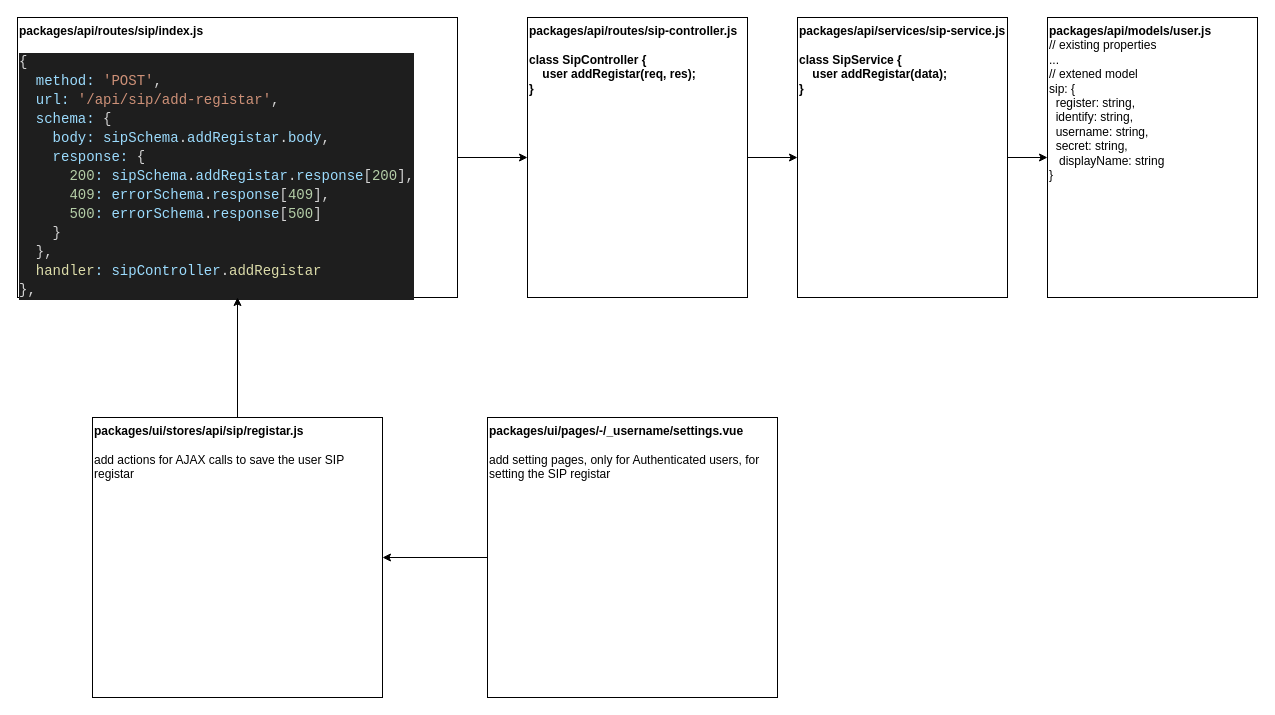
Earlier version of the draw.io diagram page "Add-SIP-registar" (1 of 2) of docs/Untitled Diagram.drawio (gjovanov/roomler). Source tidied: cells renumbered, new cells numbered last; positions are measured from the earlier drawing's top-left corner, leaving out a move shared by most shapes. Both pictures are drawn from the tidied source at 100%, with x=0, y=0 at pixel (17, 17).
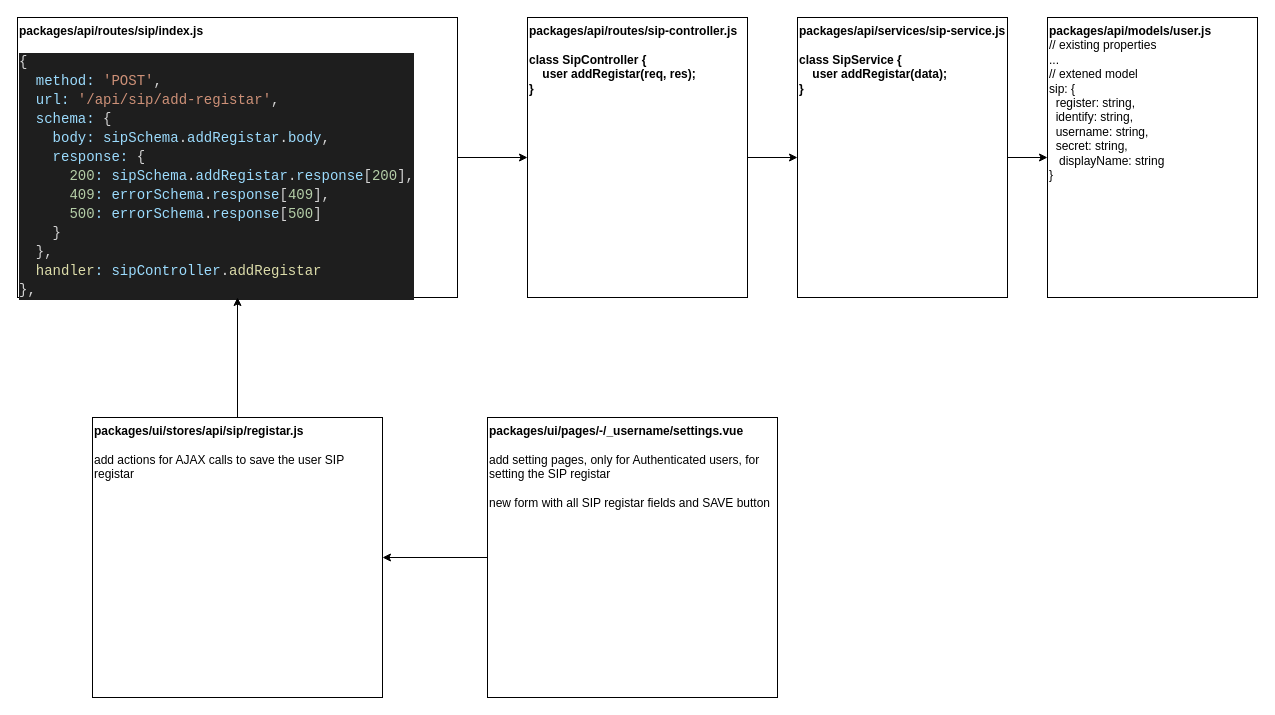
After the change.

Change to the diagram source:
```diff
@@
 <mxGraphModel>
   <root>
     <mxCell id="0" />
     <mxCell id="1" parent="0" />
     <mxCell id="2" value="&lt;b&gt;packages/api/models/user.js&lt;br&gt;&lt;/b&gt;// existing properties&lt;br&gt;...&amp;nbsp;&lt;br&gt;// extened model&lt;br&gt;sip: {&lt;br&gt;&amp;nbsp; register: string,&lt;br&gt;&amp;nbsp; identify: string,&lt;br&gt;&amp;nbsp; username: string,&lt;br&gt;&amp;nbsp; secret: string,&lt;br&gt;&amp;nbsp; &amp;nbsp;displayName: string&lt;br&gt;}" style="rounded=0;whiteSpace=wrap;html=1;align=left;verticalAlign=top;" parent="1" vertex="1">
       <mxGeometry x="1030" width="210" height="280" as="geometry" />
     </mxCell>
     <mxCell id="3" style="edgeStyle=orthogonalEdgeStyle;rounded=0;jettySize=auto;html=1;" parent="1" edge="1" source="4" target="2">
       <mxGeometry relative="1" as="geometry" />
     </mxCell>
     <mxCell id="4" value="&lt;b&gt;packages/api/services/sip-service.js&lt;br&gt;&lt;br&gt;class SipService {&lt;br&gt;&amp;nbsp; &amp;nbsp; user addRegistar(data);&lt;br&gt;}&lt;br&gt;&lt;/b&gt;" style="rounded=0;whiteSpace=wrap;html=1;align=left;verticalAlign=top;" parent="1" vertex="1">
       <mxGeometry x="780" width="210" height="280" as="geometry" />
     </mxCell>
     <mxCell id="5" style="edgeStyle=orthogonalEdgeStyle;rounded=0;jettySize=auto;html=1;" parent="1" edge="1" source="6" target="8">
       <mxGeometry relative="1" as="geometry" />
     </mxCell>
     <mxCell id="6" value="&lt;b&gt;packages/api/routes/sip/index.js&lt;br&gt;&lt;br&gt;&lt;/b&gt;&lt;div style=&quot;color: rgb(212 , 212 , 212) ; background-color: rgb(30 , 30 , 30) ; font-family: &amp;#34;consolas&amp;#34; , &amp;#34;courier new&amp;#34; , monospace ; font-size: 14px ; line-height: 19px&quot;&gt;&lt;div&gt;{&lt;/div&gt;&lt;div&gt;&amp;nbsp;&amp;nbsp;&lt;span style=&quot;color: #9cdcfe&quot;&gt;method&lt;/span&gt;&lt;span style=&quot;color: #9cdcfe&quot;&gt;:&lt;/span&gt;&amp;nbsp;&lt;span style=&quot;color: #ce9178&quot;&gt;'POST'&lt;/span&gt;,&lt;/div&gt;&lt;div&gt;&amp;nbsp;&amp;nbsp;&lt;span style=&quot;color: #9cdcfe&quot;&gt;url&lt;/span&gt;&lt;span style=&quot;color: #9cdcfe&quot;&gt;:&lt;/span&gt;&amp;nbsp;&lt;span style=&quot;color: #ce9178&quot;&gt;'/api/sip/add-registar'&lt;/span&gt;,&lt;/div&gt;&lt;div&gt;&amp;nbsp;&amp;nbsp;&lt;span style=&quot;color: #9cdcfe&quot;&gt;schema&lt;/span&gt;&lt;span style=&quot;color: #9cdcfe&quot;&gt;:&lt;/span&gt;&amp;nbsp;{&lt;/div&gt;&lt;div&gt;&amp;nbsp;&amp;nbsp;&amp;nbsp;&amp;nbsp;&lt;span style=&quot;color: #9cdcfe&quot;&gt;body&lt;/span&gt;&lt;span style=&quot;color: #9cdcfe&quot;&gt;:&lt;/span&gt;&amp;nbsp;&lt;span style=&quot;color: #9cdcfe&quot;&gt;sipSchema&lt;/span&gt;.&lt;span style=&quot;color: #9cdcfe&quot;&gt;addRegistar&lt;/span&gt;.&lt;span style=&quot;color: #9cdcfe&quot;&gt;body&lt;/span&gt;,&lt;/div&gt;&lt;div&gt;&amp;nbsp;&amp;nbsp;&amp;nbsp;&amp;nbsp;&lt;span style=&quot;color: #9cdcfe&quot;&gt;response&lt;/span&gt;&lt;span style=&quot;color: #9cdcfe&quot;&gt;:&lt;/span&gt;&amp;nbsp;{&lt;/div&gt;&lt;div&gt;&amp;nbsp;&amp;nbsp;&amp;nbsp;&amp;nbsp;&amp;nbsp;&amp;nbsp;&lt;span style=&quot;color: #b5cea8&quot;&gt;200&lt;/span&gt;&lt;span style=&quot;color: #9cdcfe&quot;&gt;:&lt;/span&gt;&amp;nbsp;&lt;span style=&quot;color: #9cdcfe&quot;&gt;sipSchema&lt;/span&gt;.&lt;span style=&quot;color: #9cdcfe&quot;&gt;addRegistar&lt;/span&gt;.&lt;span style=&quot;color: #9cdcfe&quot;&gt;response&lt;/span&gt;[&lt;span style=&quot;color: #b5cea8&quot;&gt;200&lt;/span&gt;],&lt;/div&gt;&lt;div&gt;&amp;nbsp;&amp;nbsp;&amp;nbsp;&amp;nbsp;&amp;nbsp;&amp;nbsp;&lt;span style=&quot;color: #b5cea8&quot;&gt;409&lt;/span&gt;&lt;span style=&quot;color: #9cdcfe&quot;&gt;:&lt;/span&gt;&amp;nbsp;&lt;span style=&quot;color: #9cdcfe&quot;&gt;errorSchema&lt;/span&gt;.&lt;span style=&quot;color: #9cdcfe&quot;&gt;response&lt;/span&gt;[&lt;span style=&quot;color: #b5cea8&quot;&gt;409&lt;/span&gt;],&lt;/div&gt;&lt;div&gt;&amp;nbsp;&amp;nbsp;&amp;nbsp;&amp;nbsp;&amp;nbsp;&amp;nbsp;&lt;span style=&quot;color: #b5cea8&quot;&gt;500&lt;/span&gt;&lt;span style=&quot;color: #9cdcfe&quot;&gt;:&lt;/span&gt;&amp;nbsp;&lt;span style=&quot;color: #9cdcfe&quot;&gt;errorSchema&lt;/span&gt;.&lt;span style=&quot;color: #9cdcfe&quot;&gt;response&lt;/span&gt;[&lt;span style=&quot;color: #b5cea8&quot;&gt;500&lt;/span&gt;]&lt;/div&gt;&lt;div&gt;&amp;nbsp;&amp;nbsp;&amp;nbsp;&amp;nbsp;}&lt;/div&gt;&lt;div&gt;&amp;nbsp;&amp;nbsp;},&lt;/div&gt;&lt;div&gt;&amp;nbsp;&amp;nbsp;&lt;span style=&quot;color: #dcdcaa&quot;&gt;handler&lt;/span&gt;&lt;span style=&quot;color: #9cdcfe&quot;&gt;:&lt;/span&gt;&amp;nbsp;&lt;span style=&quot;color: #9cdcfe&quot;&gt;sipController&lt;/span&gt;.&lt;span style=&quot;color: #dcdcaa&quot;&gt;addRegistar&lt;/span&gt;&lt;/div&gt;&lt;div&gt;},&lt;/div&gt;&lt;/div&gt;" style="rounded=0;whiteSpace=wrap;html=1;align=left;verticalAlign=top;" parent="1" vertex="1">
       <mxGeometry width="440" height="280" as="geometry" />
     </mxCell>
     <mxCell id="7" style="edgeStyle=orthogonalEdgeStyle;rounded=0;jettySize=auto;html=1;" parent="1" edge="1" source="8" target="4">
       <mxGeometry relative="1" as="geometry" />
     </mxCell>
     <mxCell id="8" value="&lt;b&gt;packages/api/routes/sip-controller.js&lt;br&gt;&lt;br&gt;class SipController {&lt;br&gt;&amp;nbsp; &amp;nbsp; user addRegistar(req, res);&lt;br&gt;}&lt;br&gt;&lt;/b&gt;" style="rounded=0;whiteSpace=wrap;html=1;align=left;verticalAlign=top;" parent="1" vertex="1">
       <mxGeometry x="510" width="220" height="280" as="geometry" />
     </mxCell>
     <mxCell id="9" style="edgeStyle=orthogonalEdgeStyle;rounded=0;jettySize=auto;html=1;" parent="1" edge="1" source="10" target="12">
       <mxGeometry relative="1" as="geometry" />
     </mxCell>
-    <mxCell id="10" value="&lt;b&gt;packages/ui/pages/-/_username/settings.vue&lt;/b&gt;&lt;br&gt;&lt;br&gt;add setting pages, only for Authenticated users, for setting the SIP registar" style="rounded=0;whiteSpace=wrap;html=1;align=left;verticalAlign=top;" parent="1" vertex="1">
+    <mxCell id="10" value="&lt;b&gt;packages/ui/pages/-/_username/settings.vue&lt;/b&gt;&lt;br&gt;&lt;br&gt;add setting pages, only for Authenticated users, for setting the SIP registar&lt;br&gt;&lt;br&gt;new form with all SIP registar fields and SAVE button" style="rounded=0;whiteSpace=wrap;html=1;align=left;verticalAlign=top;" parent="1" vertex="1">
       <mxGeometry x="470" y="400" width="290" height="280" as="geometry" />
     </mxCell>
     <mxCell id="11" style="edgeStyle=orthogonalEdgeStyle;rounded=0;jettySize=auto;html=1;" parent="1" edge="1" source="12" target="6">
       <mxGeometry relative="1" as="geometry" />
     </mxCell>
     <mxCell id="12" value="&lt;b&gt;packages/ui/stores/api/sip/registar.js&lt;/b&gt;&lt;br&gt;&lt;br&gt;add actions for AJAX calls to save the user SIP registar" style="rounded=0;whiteSpace=wrap;html=1;align=left;verticalAlign=top;" parent="1" vertex="1">
       <mxGeometry x="75" y="400" width="290" height="280" as="geometry" />
     </mxCell>
   </root>
 </mxGraphModel>
```
